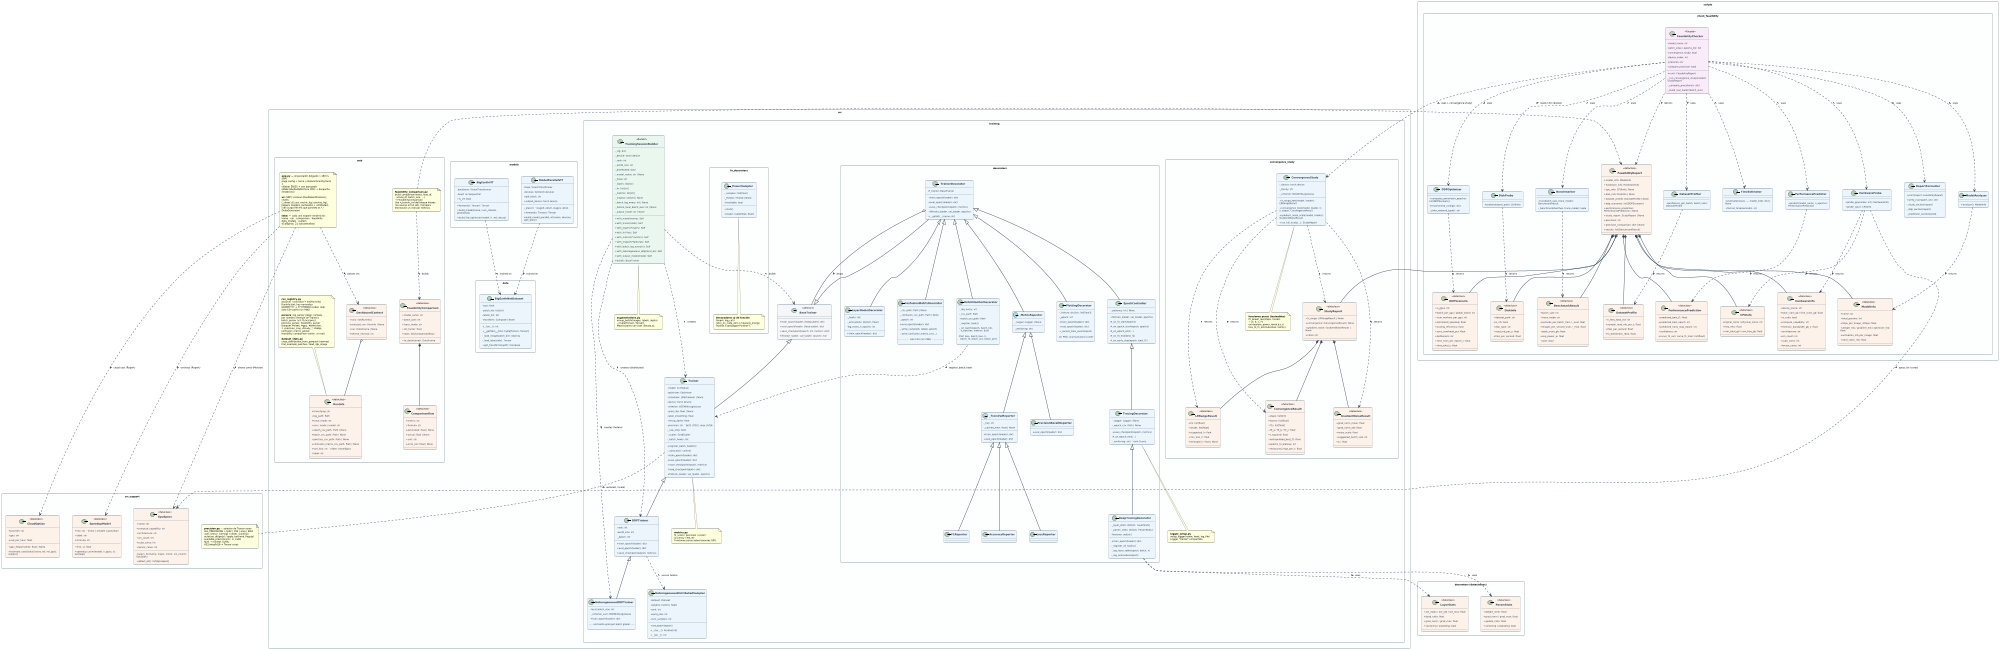
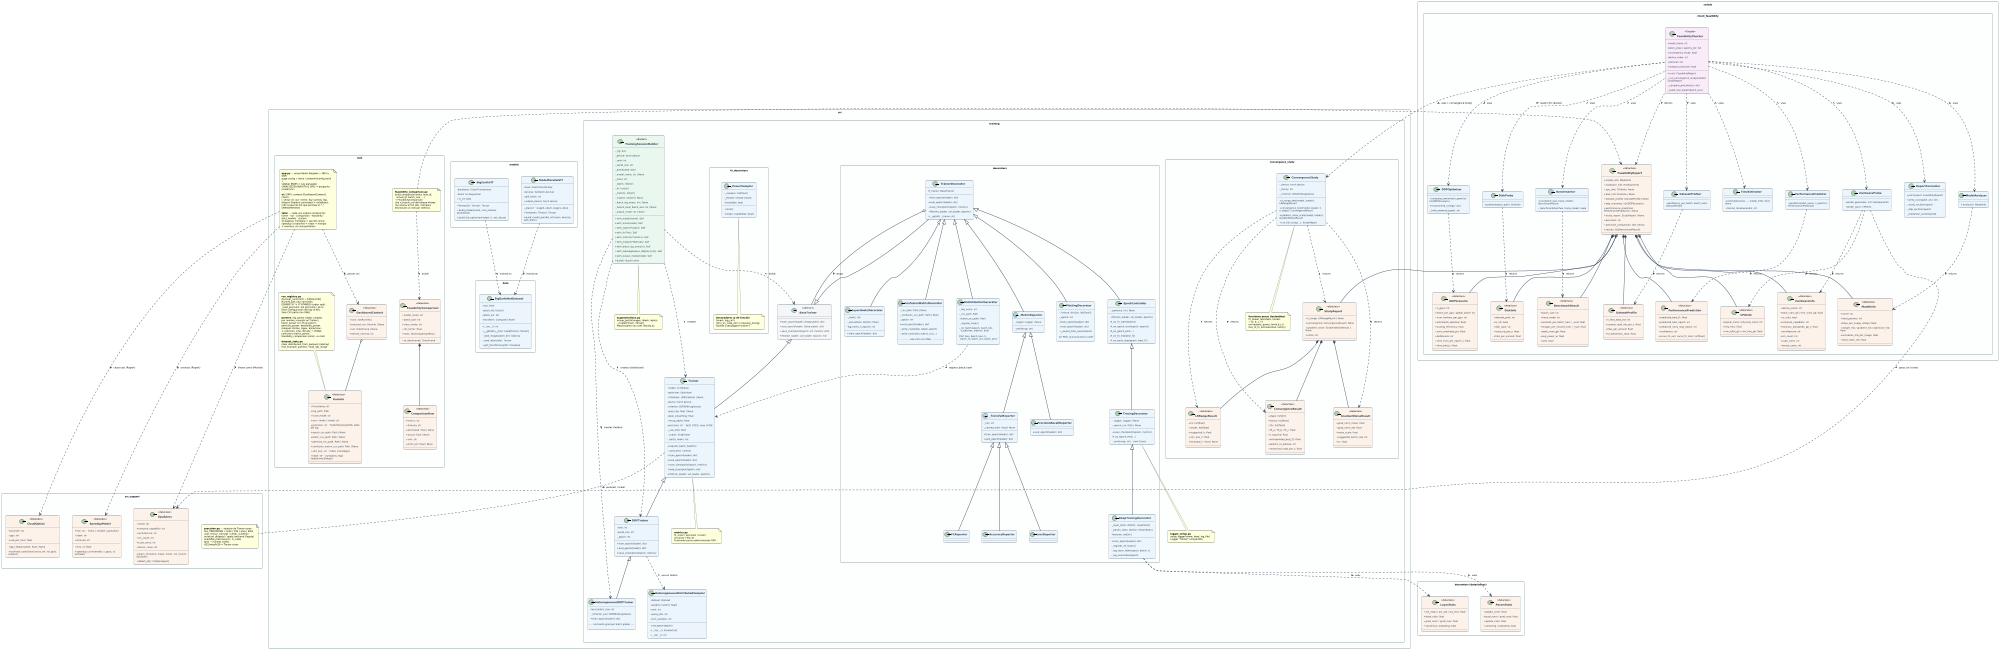
@startuml class_diagram
scale 2000 width
skinparam monochrome false
skinparam classAttributeIconSize 0
skinparam defaultFontName "DejaVu Sans"
skinparam defaultFontSize 9
skinparam classFontStyle bold
skinparam classFontSize 10
skinparam classHeaderBackgroundColor #1A5276
skinparam classBorderColor #2C3E50
skinparam classBackgroundColor #EBF5FB
skinparam arrowColor #2C3E50
skinparam arrowThickness 1.5
skinparam roundCorner 8
skinparam padding 4
skinparam nodesep 50
skinparam ranksep 55
skinparam wrapWidth 200
skinparam packageStyle rectangle
skinparam packageBorderColor #95A5A6
skinparam packageBackgroundColor #FDFEFE

' ════════════════════════════════════════════════════════════════
' PACKAGE: src.training
' ════════════════════════════════════════════════════════════════
package "src.training" #FDFEFE {

  abstract class BaseTrainer <<abstract>> {
    {abstract} + train_epoch(loader: DataLoader): dict
    {abstract} + eval_epoch(loader: DataLoader): dict
    {abstract} + save_checkpoint(epoch: int, metrics: dict)
    {abstract} + fit(train_loader, val_loader, epochs: int)
  }

  class Trainer {
    - model: nn.Module
    - optimizer: Optimizer
    - scheduler: LRScheduler | None
    - device: torch.device
    - criterion: BCEWithLogitsLoss
    - grad_clip: float | None
    - label_smoothing: float
    - mixup_alpha: float
    - precision: str  ' fp32 | tf32 | amp | bf16
    - _use_amp: bool
    - _scaler: GradScaler
    - _batch_hooks: list
    + register_batch_hook(fn)
    - _autocast(): context
    + train_epoch(loader): dict
    + eval_epoch(loader): dict
    + save_checkpoint(epoch, metrics)
    + load_checkpoint(path): dict
    + fit(train_loader, val_loader, epochs)
  }

  class DDPTrainer {
    - rank: int
    - world_size: int
    - _epoch: int
    ' precision reenviada a Trainer
    + train_epoch(loader): dict
    + eval_epoch(loader): dict
    + save_checkpoint(epoch, metrics)
  }

  class HeterogeneousDDPTrainer {
    - local_batch_size: int
    - _criterion_sum: BCEWithLogitsLoss
    + train_epoch(loader): dict
    .. normaliza grad por batch global ..
  }

  class TrainingSessionBuilder <<Builder>> {
    - _cfg: dict
    - _device: torch.device
    - _rank: int
    - _world_size: int
    - _distributed: bool
    - _model_name: str | None
    - _trace: str
    - _layers: list[str]
    - _fn: list[str]
    - _metrics: list[str]
    - _inspect: set[str] | None
    - _batch_log_every: int | None
    - _hetero_local_batch_size: int | None
    - _output_mode: str | None
    + with_model(name): Self
    + with_trace(mode): Self
    + with_layers(*layers): Self
    + with_fn(*fns): Self
    + with_metrics(*metrics): Self
    + with_inspect(*features): Self
    + with_batch_log_every(n): Self
    + with_heterogeneous_ddp(local_bs): Self
    + with_output_mode(mode): Self
    + build(): BaseTrainer
  }

  class HeterogeneousDistributedSampler {
    - dataset: Dataset
    - weights: list[int | float]
    - rank: int
    - world_size: int
    - num_samples: int
    + set_epoch(epoch)
    + __iter__(): Iterator[int]
    + __len__(): int
  }

  note as aug_note
    **augmentations.py**
    mixup_batch(images, labels, alpha)
    → tuple[Tensor, Tensor]
    Mezcla pares con coef. Beta(α,α).
  end note

  note as metrics_note
    **metrics.py**
    f1_score / precision / recall /
    accuracy / eta_str
    Funciones puras sobre tensores GPU.
  end note

  note as logger_note
    **logger_setup.py**
    setup_logger(name, level, log_file)
    Logger "trainer" compartido.
  end note

}

' ════════════════════════════════════════════════════════════════
' PACKAGE: src.training.convergence_study  (estudio empírico v4)
' ════════════════════════════════════════════════════════════════
package "src.training.convergence_study" #FDFEFE {

  class ConvergenceStudy {
    - _device: torch.device
    - _family: str
    - _criterion: BCEWithLogitsLoss
    + lr_range_test(model, loader): LRRangeResult
    + convergence_test(model, loader, lr, n_steps): ConvergenceResult
    + gradient_noise_scale(model, loader): GradientNoiseResult
    + run_full_study(...): StudyReport
  }

  class LRRangeResult <<dataclass>> {
    + lrs: list[float]
    + losses: list[float]
    + suggested_lr: float
    + min_loss_lr: float
    + diverged_lr: float | None
  }

  class ConvergenceResult <<dataclass>> {
    + steps: list[int]
    + losses: list[float]
    + f1s: list[float]
    + fit_a / fit_b / fit_c: float
    + r_squared: float
    + extrapolated_best_f1: float
    + epochs_to_plateau: int
    + measured_imgs_per_s: float
  }

  class GradientNoiseResult <<dataclass>> {
    + grad_norm_mean: float
    + grad_norm_std: float
    + noise_scale: float
    + suggested_batch_size: int
    + cv: float
  }

  class StudyReport <<dataclass>> {
    + lr_range: LRRangeResult | None
    + convergence: ConvergenceResult | None
    + gradient_noise: GradientNoiseResult | None
    + notes: str
  }

  note as fit_note
    **funciones puras (testeables)**
    fit_power_law(steps, losses)
    → (a, b, c, r²)
    extrapolate_power_law(a,b,c,t)
    loss_to_f1_estimate(loss, family)
  end note

}

' ════════════════════════════════════════════════════════════════
' PACKAGE: src.training.decorators
' ════════════════════════════════════════════════════════════════
package "src.training.decorators" #FDFEFE {

  class TrainerDecorator {
    # _trainer: BaseTrainer
    + train_epoch(loader): dict
    + eval_epoch(loader): dict
    + save_checkpoint(epoch, metrics)
    + fit(train_loader, val_loader, epochs)
    + __getattr__(name: str)
  }

  class EpochController {
    - _patience: int | None
    + fit(train_loader, val_loader, epochs)
    # _on_fit_start(epochs)
    # _on_epoch_start(epoch, epochs)
    # _on_epoch_end(...)
    # _on_fit_end(best_f1)
    # _on_early_stop(epoch, best_f1)
  }

  class TracingDecorator {
    - _logger: Logger | None
    - _epoch_csv: Path | None
    + save_checkpoint(epoch, metrics)
    # _on_epoch_end(...)
    - _emit(msg: str)  ' rank 0 only
  }

  class DeepTracingDecorator {
    - _layer_stats: dict[str, LayerStats]
    - _param_stats: dict[str, ParamStats]
    - features: set[str]
    + train_epoch(loader): dict
    - _register_all_hooks()
    - _log_layer_table(epoch, batch, n)
    - _log_anomalies(epoch)
  }

  class PlottingDecorator {
    - _history: dict[str, list[float]]
    - _epoch: int
    + train_epoch(loader): dict
    + eval_epoch(loader): dict
    + _record_train_result(result)
    .. sin PNG: acumula para la web ..
  }

  class LayerHooksDecorator {
    - _hooks: list
    - _activations: dict[str, float]
    - log_every_n_epochs: int
    + train_epoch(loader): dict
  }

  class ConfusionMatrixDecorator {
    - _csv_path: Path | None
    - _confusion_csv_path: Path | None
    - _epoch: int
    + eval_epoch(loader): dict
    - _write_csv(preds, labels, epoch)
    - _write_confusion_matrix_csv(...)
    .. solo CSV (sin PNG) ..
  }

  class BatchMonitorDecorator {
    - _log_every: int
    - _csv_path: Path
    + batch_csv_path: Path
    - _register_hook()
    - _on_batch(epoch, batch_idx,\n  n_batches, metrics: dict)
    .. CSV: loss, batch_loss, lr,\n  batch_f1, batch_acc, batch_prec ..
  }

  abstract class _MetricReporter {
    - _logger: Logger | None
    - _emit(msg: str)
  }

  abstract class _TrainValReporter {
    - _key: str
    - _cached_train: float | None
    + train_epoch(loader): dict
    + eval_epoch(loader): dict
  }

  class LossReporter
  class F1Reporter
  class AccuracyReporter
  class PrecisionRecallReporter {
    + eval_epoch(loader): dict
  }

}

' ════════════════════════════════════════════════════════════════
' PACKAGE: src.training.decorators — dataclasses internas
' ════════════════════════════════════════════════════════════════
package "decorators (dataclasses)" #FDFEFE {

  class LayerStats <<dataclass>> {
    + act_mean / act_std / act_max: float
    + dead_ratio: float
    + grad_norm / grad_max: float
    + vanishing / exploding: bool
  }

  class ParamStats <<dataclass>> {
    + weight_norm: float
    + grad_norm / grad_max: float
    + update_ratio: float
    + vanishing / exploding: bool
  }

}

' ════════════════════════════════════════════════════════════════
' PACKAGE: src.training.fn_decorators
' ════════════════════════════════════════════════════════════════
package "src.training.fn_decorators" #FDFEFE {

  class _PowerSampler {
    - _samples: list[float]
    - _thread: Thread | None
    + available: bool
    + start()
    + stop(): tuple[float, float]
  }

  note as fn_note
    **Decoradores @ de función**
    timed / log_call /
    retry_on_cuda_oom / measure_energy
    Rutean a getLogger("trainer").
  end note

  _PowerSampler .. fn_note

}

' ════════════════════════════════════════════════════════════════
' PACKAGE: src.models / src.data
' ════════════════════════════════════════════════════════════════
package "src.models" #FDFEFE {
  class BigEarthViT {
    - backbone: VisionTransformer
    - head: nn.Sequential
    + is_vit: bool
    + forward(x: Tensor): Tensor
    + build_model(name, num_classes, pretrained)
    + build_llrd_optimizer(model, lr, wd, decay)
  }

  class ModelParallelViT {
    ' paralelismo de modelo (pipeline naive)
    - base: VisionTransformer
    - devices: list[torch.device]
    - split_block: int
    + output_device: torch.device
    - _place()  ' stage0→dev0, stage1→dev1
    + forward(x: Tensor): Tensor
    + build_model_parallel_vit(name, devices, split_block)
  }
}

' ════════════════════════════════════════════════════════════════
' PACKAGE: src (módulos de soporte — feasibility/web)
' ════════════════════════════════════════════════════════════════
package "src.support" as support #FDFEFE {

  class GpuSpecs <<dataclass>> {
    + name: str
    + compute_capability: str
    + architecture: str
    + sm_count: int
    + cuda_cores: int
    + tensor_cores: int
    + specs_for(name, major, minor, sm_count): GpuSpecs
    + detect_all(): list[GpuSpecs]
  }

  class SpeedupModel <<dataclass>> {
    + key: str  ' linear | amdahl | gustafson
    + label: str
    + formula: str
    + fn(n, s): float
    + speedup_curve(model, n_gpus, s): list[float]
  }

  class CloudOption <<dataclass>> {
    + provider: str
    + gpu: str
    + usd_per_hour: float
    + gpu_tflops(name): float | None
    + estimate_costs(total_hours_ref, ref_gpu): list[dict]
  }

  note as precision_note
    **precision.py** — selector de Tensor cores
    ALL_PRECISIONS = fp32 | tf32 | amp | bf16
    uses_tensor_cores(p) / needs_scaler(p)
    autocast_dtype(p) / apply_backend_flags(p)
    available_precisions(cc, is_cuda)
    fp32 → núcleos CUDA;
    tf32/amp/bf16 → Tensor cores
  end note
}

package "src.data" #FDFEFE {
  class BigEarthNetDataset {
    - root: Path
    - patch_ids: list[str]
    - labels_list: list
    - transform: Compose | None
    + __len__(): int
    + __getitem__(idx): tuple[Tensor, Tensor]
    - _load_image(patch_dir): ndarray
    - _load_labels(idx): Tensor
    + get_transforms(split): Compose
  }
}

' ════════════════════════════════════════════════════════════════
' PACKAGE: scripts.check_feasibility (v4)
' ════════════════════════════════════════════════════════════════
package "scripts.check_feasibility" #FDFEFE {

  class ModelInfo <<dataclass>> {
    + name: str
    + total_params: int
    + flops_per_image_mflops: float
    + weight_mb / gradient_mb / optimizer_mb: float
    + activation_mb_per_image: float
    + total_static_mb: float
  }

  class HardwareInfo <<dataclass>> {
    + device_name: str
    + total_vram_gb / free_vram_gb: float
    + is_cuda: bool
    + compute_capability: str
    + memory_bandwidth_gb_s: float
    + architecture: str
    + sm_count: int
    + cuda_cores: int
    + tensor_cores: int
  }

  class CPUInfo <<dataclass>> {
    + logical_cores / physical_cores: int
    + freq_mhz: float
    + ram_total_gb / ram_free_gb: float
  }

  class DiskInfo <<dataclass>> {
    + dataset_path: str
    + is_nfs: bool
    + disk_type: str
    + read_mb_per_s: float
    + files_per_second: float
  }

  class DatasetProfile <<dataclass>> {
    + n_files_total_est: int
    + sample_read_mb_per_s: float
    + files_per_second: float
    + io_bottleneck_ratio: float
  }

  class DDPScenario <<dataclass>> {
    + n_gpus: int
    + batch_per_gpu / global_batch: int
    + num_workers_per_gpu: int
    + estimated_speedup: float
    + scaling_efficiency: float
    + sync_overhead_pct: float
    + bottleneck: str
    + time_train_per_epoch_s: float
    + time_total_s: float
  }

  class PerformancePrediction <<dataclass>> {
    + predicted_best_f1: float
    + predicted_best_epoch: int
    + predicted_early_stop_epoch: int
    + confidence: str
    + curve_f1_val / curve_f1_train: list[float]
  }

  class BenchmarkResult <<dataclass>> {
    + batch_size: int
    + trace_mode: str
    + seconds_per_batch_train / _eval: float
    + images_per_second_train / _eval: float
    + peak_vram_gb: float
    + avg_power_w: float
    + oom: bool
  }

  class FeasibilityReport <<dataclass>> {
    + model_info: ModelInfo
    + hardware_info: HardwareInfo
    + cpu_info: CPUInfo | None
    + disk_info: DiskInfo | None
    + dataset_profile: DatasetProfile | None
    + ddp_scenarios: list[DDPScenario]
    + performance_prediction: PerformancePrediction | None
    + study_report: StudyReport | None
    + precision: str
    + precision_comparison: dict | None
    + results: list[BenchmarkResult]
  }

  class ModelAnalyzer {
    + analyze(): ModelInfo
  }
  class HardwareProbe {
    + probe_gpu(index: int): HardwareInfo
    + probe_cpu(): CPUInfo
  }
  class DiskProbe {
    + probe(dataset_path): DiskInfo
  }
  class DatasetProfiler {
    + profile(sec_per_batch, batch_size): DatasetProfile
  }
  class Benchmarker {
    + run(batch_size, trace_mode): BenchmarkResult
    - _benchmark(batches, trace_mode): tuple
  }
  class TimeEstimator {
    + estimate(result, ..., model_info): dict | None
    + format_time(seconds): str
  }
  class DDPOptimizer {
    + compute_scenarios(n_epochs): list[DDPScenario]
    + recommend_config(): dict
    - _infer_network_type(): str
  }
  class PerformancePredictor {
    + predict(model_name, n_epochs): PerformancePrediction
  }
  class ReportFormatter {
    + print(report: FeasibilityReport)
    + write_csv(report, env: str)
    - _study_section(report)
    - _ddp_section(report)
    - _prediction_section(pred)
  }
  class FeasibilityChecker <<Facade>> {
    - model_name: str
    - batch_sizes / epochs_list: list
    - convergence_study: bool
    - device_index: int
    - precision: str
    - compare_precision: bool
    + run(): FeasibilityReport
    - _run_convergence_study(model): StudyReport
    - _compare_precisions(): dict
    - _build_real_loader(batch_size)
  }

}

' ════════════════════════════════════════════════════════════════
' PACKAGE: src.web
' ════════════════════════════════════════════════════════════════
package "src.web" #FDFEFE {

  class RunInfo <<dataclass>> {
    + timestamp: str
    + log_path: Path
    + trace_mode: str
    + env / mode / model: str
+     + precision: str  ' fp32/tf32/amp/bf16, leída del log
    + epoch_csv_path: Path | None
    + batch_csv_path: Path | None
    + perclass_csv_path: Path | None
    + confusion_matrix_csv_path: Path | None
    + sort_key: str  ' orden cronológico
-     + label: str
+     + label: str  ' compacto, tags [ddp]/[amp]/[deep]
  }

  class FeasibilityComparison <<dataclass>> {
    + model_name: str
    + batch_size: int
    + trace_mode: str
    + nfs_factor: float
    + rows: list[ComparisonRow]
    + to_dataframe(): DataFrame
  }

  class ComparisonRow <<dataclass>> {
    + metric: str
    + formula: str
    + estimated: float | None
    + actual: float | None
    + unit: str
    + error_pct: float | None
  }

  note as cmp_note
    **feasibility_comparison.py**
    build_comparison(meta, feas_df,
      actual_df, batch_size, ...)
    → FeasibilityComparison
    Usa n_train/n_val del bloque #sizes
    (no asume el full set). Compara
    estimación vs real por métrica.
  end note

  class DashboardContext <<dataclass>> {
    ' src.web.ui.context — estado compartido (ctx)
    + runs: list[RunInfo]
    + selected_run: RunInfo | None
    + run: DataFrame | None
    + refresh_interval: int
  }

  note as web_note
    **run_registry.py**
    discover_runs(root) → list[RunInfo]
    RunInfo.sort_key normaliza
    DDMMYYYY → YYYYMMDD (orden real).
+     _read_precision: lee precision= de la
+     línea Configuración del log (4 KB).
    Solo CSV paths (sin PNG).

    **parsers**: log_parser (deep: campos
    por nombre; energía \w*Trainer),
    batch_parser (v3: f1/acc/prec),
    perclass_parser, feasibility_parser
    (bloques #sizes, #gpu, #precision,
    #precision_cmp, #study_*, #ddp),
    confusion_matrix_parser,
    feasibility_comparison (estim. vs real)

    **dataset_stats.py**
    class_distribution_from_parquet (ndarray)
    find_example_patches / load_rgb_image
  end note

  note as web_arch_note
    **app.py** — orquestador delgado (~180 ln, SRP)
    page config + tema (.streamlit/config.toml) +
    sidebar EN/ES + nav agrupada
    (ANALYZE/PLAN/DATA & OPS) → despacha render(ctx)

    **ui/** (SRP): context (DashboardContext),
    charts (_show/_dl_csv/_metric_fig/_overlay_fig),
    helpers (loaders cacheados + utilidades),
    i18n (capa EN→ES que parchea st.* / DeltaGenerator)

    **tabs/** — cada uno expone render(ctx):
    home · run · comparison · feasibility ·
    data_models · system
-     (6 páginas, 21 sub-pestañas)
+     (6 páginas; Compare = sección única:
+     speedup vs baseline + radar + energía
+     + overlays, sin sub-pestañas)
  end note

}

' ════════════════════════════════════════════════════════════════
' RELACIONES DE HERENCIA
' ════════════════════════════════════════════════════════════════

BaseTrainer <|-- Trainer
Trainer <|-- DDPTrainer
DDPTrainer <|-- HeterogeneousDDPTrainer
BaseTrainer <|-- TrainerDecorator

TrainerDecorator <|-- EpochController
TrainerDecorator <|-- PlottingDecorator
TrainerDecorator <|-- LayerHooksDecorator
TrainerDecorator <|-- ConfusionMatrixDecorator
TrainerDecorator <|-- BatchMonitorDecorator
TrainerDecorator <|-- _MetricReporter

EpochController <|-- TracingDecorator
TracingDecorator <|-- DeepTracingDecorator

_MetricReporter <|-- _TrainValReporter
_MetricReporter <|-- PrecisionRecallReporter
_TrainValReporter <|-- LossReporter
_TrainValReporter <|-- F1Reporter
_TrainValReporter <|-- AccuracyReporter

' ════════════════════════════════════════════════════════════════
' RELACIONES DE COMPOSICIÓN / DEPENDENCIA
' ════════════════════════════════════════════════════════════════

TrainerDecorator o-- BaseTrainer : wraps >

TrainingSessionBuilder ..> BaseTrainer : builds >
TrainingSessionBuilder ..> Trainer : creates >
TrainingSessionBuilder ..> DDPTrainer : creates (distributed) >
TrainingSessionBuilder ..> HeterogeneousDDPTrainer : creates (hetero) >
TrainingSessionBuilder ..> aug_note : uses >

DDPTrainer ..> HeterogeneousDistributedSampler : usa en hetero >

DeepTracingDecorator ..> LayerStats : uses >
DeepTracingDecorator ..> ParamStats : uses >
BatchMonitorDecorator ..> Trainer : register_batch_hook >

ConvergenceStudy ..> LRRangeResult : returns >
ConvergenceStudy ..> ConvergenceResult : returns >
ConvergenceStudy ..> GradientNoiseResult : returns >
ConvergenceStudy ..> StudyReport : returns >
ConvergenceStudy .. fit_note
StudyReport *-- LRRangeResult
StudyReport *-- ConvergenceResult
StudyReport *-- GradientNoiseResult

FeasibilityChecker ..> ModelAnalyzer : uses >
FeasibilityChecker ..> HardwareProbe : uses >
FeasibilityChecker ..> DiskProbe : uses >
FeasibilityChecker ..> DatasetProfiler : uses >
FeasibilityChecker ..> Benchmarker : uses >
FeasibilityChecker ..> TimeEstimator : uses >
FeasibilityChecker ..> DDPOptimizer : uses >
FeasibilityChecker ..> PerformancePredictor : uses >
FeasibilityChecker ..> ReportFormatter : uses >
FeasibilityChecker ..> ConvergenceStudy : uses (--convergence-study) >

ModelAnalyzer ..> ModelInfo : returns >
HardwareProbe ..> HardwareInfo : returns >
HardwareProbe ..> GpuSpecs : specs_for (cores) >
HardwareProbe ..> CPUInfo : returns >
DiskProbe ..> DiskInfo : returns >
DatasetProfiler ..> DatasetProfile : returns >
Benchmarker ..> BenchmarkResult : returns >
DDPOptimizer ..> DDPScenario : returns >
PerformancePredictor ..> PerformancePrediction : returns >
FeasibilityChecker ..> FeasibilityReport : returns >

FeasibilityReport *-- ModelInfo
FeasibilityReport *-- HardwareInfo
FeasibilityReport *-- CPUInfo
FeasibilityReport *-- DiskInfo
FeasibilityReport *-- DatasetProfile
FeasibilityReport *-- DDPScenario
FeasibilityReport *-- PerformancePrediction
FeasibilityReport *-- BenchmarkResult
FeasibilityReport o-- StudyReport

BigEarthViT ..> BigEarthNetDataset : trained on >
ModelParallelViT ..> BigEarthNetDataset : trained on >

Trainer ..> metrics_note : uses >
Trainer ..> precision_note : autocast / scaler >
TracingDecorator ..> logger_note : uses >
web_note ..> RunInfo : creates >

' ── web modular (SRP): orquestador + ui/ + tabs/ ──
web_arch_note ..> DashboardContext : passes ctx >
DashboardContext o-- RunInfo
web_arch_note ..> SpeedupModel : overlays (Report) >
web_arch_note ..> CloudOption : cloud cost (Report) >
web_arch_note ..> GpuSpecs : shows cores (Monitor) >

FeasibilityComparison *-- ComparisonRow
cmp_note ..> FeasibilityComparison : builds >
cmp_note ..> FeasibilityReport : reads CSV (#sizes) >

' ════════════════════════════════════════════════════════════════
' ESTILOS POR TIPO
' ════════════════════════════════════════════════════════════════

skinparam class {
  HeaderBackgroundColor #1A5276
  BackgroundColor #EBF5FB
  BorderColor #2C3E50
  FontColor #FFFFFF
  AttributeFontColor #2C3E50
}

skinparam class<<abstract>> {
  HeaderBackgroundColor #1B2631
  BackgroundColor #F4F6F7
}

skinparam class<<dataclass>> {
  HeaderBackgroundColor #6E2F04
  BackgroundColor #FDF2E9
}

skinparam class<<Facade>> {
  HeaderBackgroundColor #512E5F
  BackgroundColor #F9EBF8
}

skinparam class<<Builder>> {
  HeaderBackgroundColor #145A32
  BackgroundColor #E9F7EF
}

@enduml
